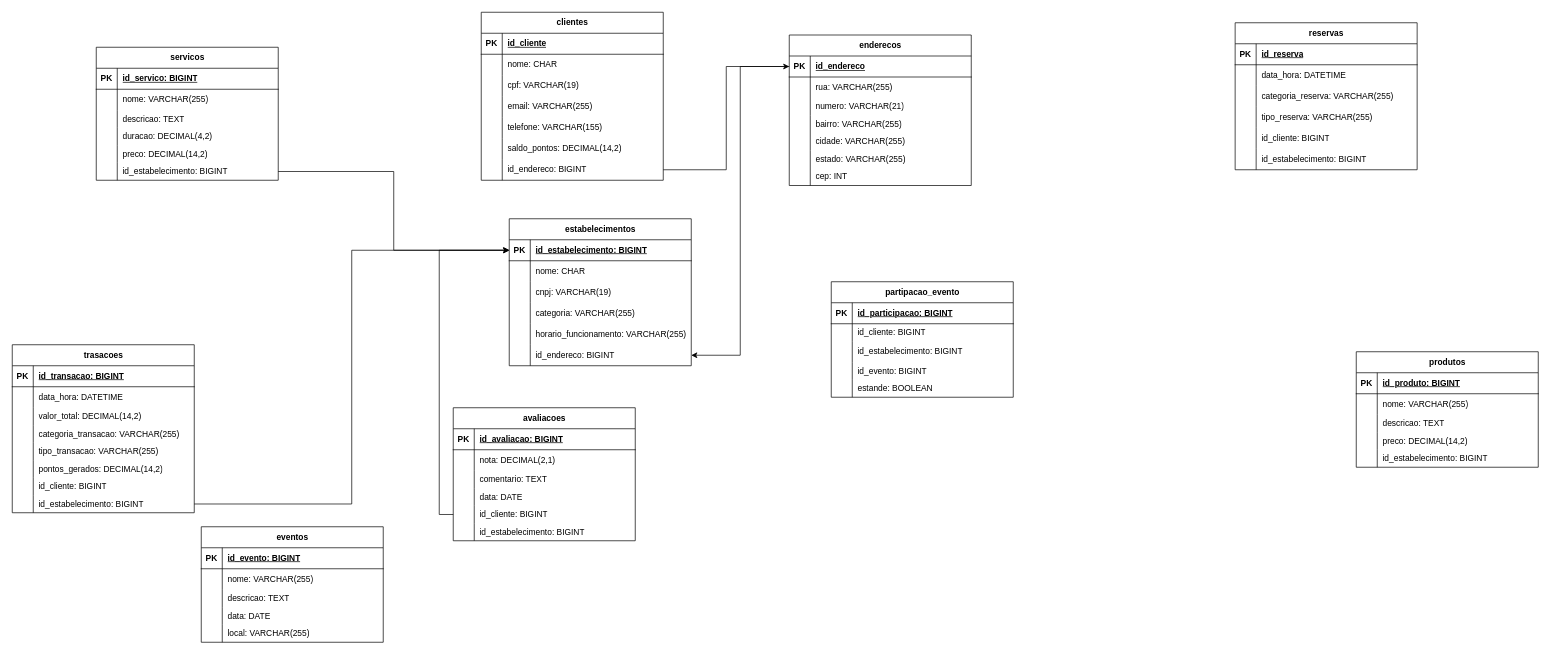
The draw.io diagram Atividade 1 Reposição 25/04.drawio in RenanSMA/3-Semestre, before the edit. Source tidied: cells renumbered, new cells numbered last; positions are measured from the earlier drawing's top-left corner, leaving out a move shared by most shapes. Both pictures are drawn from the tidied source at 70%, with x=0, y=0 at pixel (12, 12).
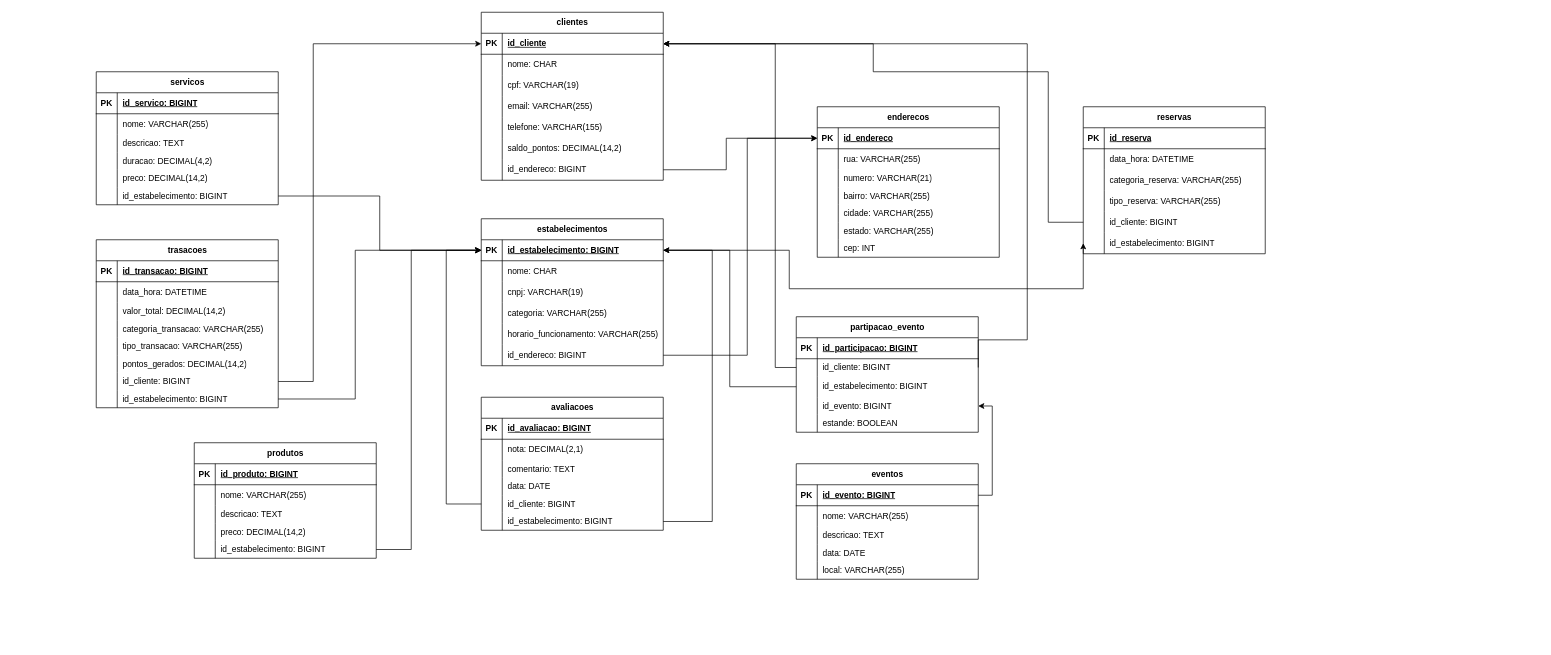
Above is the later version.

Commit message:
v1.7 Atividade 1 Reposição 25/04.drawio

The change refers to these unchanged cells:
```xml
<mxCell id="3" style="shape=tableRow;horizontal=0;startSize=0;swimlaneHead=0;swimlaneBody=0;fillColor=none;points=[[0,0.5],[1,0.5]];portConstraint=eastwest;top=0;left=0;right=0;bottom=1;" parent="2" vertex="1">
  <mxGeometry y="30" width="260" height="30" as="geometry" />
</mxCell>
<mxCell id="18" style="shape=tableRow;horizontal=0;startSize=0;swimlaneHead=0;swimlaneBody=0;fillColor=none;points=[[0,0.5],[1,0.5]];portConstraint=eastwest;top=0;left=0;right=0;bottom=0;" parent="2" vertex="1">
  <mxGeometry y="180" width="260" height="30" as="geometry" />
</mxCell>
<mxCell id="22" style="shape=tableRow;horizontal=0;startSize=0;swimlaneHead=0;swimlaneBody=0;fillColor=none;points=[[0,0.5],[1,0.5]];portConstraint=eastwest;top=0;left=0;right=0;bottom=1;" parent="21" vertex="1">
  <mxGeometry y="30" width="260" height="30" as="geometry" />
</mxCell>
<mxCell id="40" style="shape=tableRow;horizontal=0;startSize=0;swimlaneHead=0;swimlaneBody=0;fillColor=none;points=[[0,0.5],[1,0.5]];portConstraint=eastwest;top=0;left=0;right=0;bottom=0;" parent="21" vertex="1">
  <mxGeometry y="210" width="260" height="30" as="geometry" />
</mxCell>
<mxCell id="56" style="shape=tableRow;horizontal=0;startSize=0;swimlaneHead=0;swimlaneBody=0;fillColor=none;points=[[0,0.5],[1,0.5]];portConstraint=eastwest;top=0;left=0;right=0;bottom=0;" parent="43" vertex="1">
  <mxGeometry y="140" width="260" height="25" as="geometry" />
</mxCell>
<mxCell id="91" style="shape=tableRow;horizontal=0;startSize=0;swimlaneHead=0;swimlaneBody=0;fillColor=none;points=[[0,0.5],[1,0.5]];portConstraint=eastwest;top=0;left=0;right=0;bottom=0;" parent="78" vertex="1">
  <mxGeometry y="150" width="260" height="30" as="geometry" />
</mxCell>
<mxCell id="94" style="shape=tableRow;horizontal=0;startSize=0;swimlaneHead=0;swimlaneBody=0;fillColor=none;points=[[0,0.5],[1,0.5]];portConstraint=eastwest;top=0;left=0;right=0;bottom=0;" parent="78" vertex="1">
  <mxGeometry y="180" width="260" height="30" as="geometry" />
</mxCell>
<mxCell id="116" style="shape=tableRow;horizontal=0;startSize=0;swimlaneHead=0;swimlaneBody=0;fillColor=none;points=[[0,0.5],[1,0.5]];portConstraint=eastwest;top=0;left=0;right=0;bottom=0;" parent="97" vertex="1">
  <mxGeometry y="190" width="260" height="25" as="geometry" />
</mxCell>
<mxCell id="119" style="shape=tableRow;horizontal=0;startSize=0;swimlaneHead=0;swimlaneBody=0;fillColor=none;points=[[0,0.5],[1,0.5]];portConstraint=eastwest;top=0;left=0;right=0;bottom=0;" parent="97" vertex="1">
  <mxGeometry y="215" width="260" height="25" as="geometry" />
</mxCell>
<mxCell id="135" style="shape=tableRow;horizontal=0;startSize=0;swimlaneHead=0;swimlaneBody=0;fillColor=none;points=[[0,0.5],[1,0.5]];portConstraint=eastwest;top=0;left=0;right=0;bottom=0;" parent="122" vertex="1">
  <mxGeometry y="140" width="260" height="25" as="geometry" />
</mxCell>
<mxCell id="138" style="shape=tableRow;horizontal=0;startSize=0;swimlaneHead=0;swimlaneBody=0;fillColor=none;points=[[0,0.5],[1,0.5]];portConstraint=eastwest;top=0;left=0;right=0;bottom=0;" parent="122" vertex="1">
  <mxGeometry y="165" width="260" height="25" as="geometry" />
</mxCell>
<mxCell id="142" style="shape=tableRow;horizontal=0;startSize=0;swimlaneHead=0;swimlaneBody=0;fillColor=none;points=[[0,0.5],[1,0.5]];portConstraint=eastwest;top=0;left=0;right=0;bottom=1;" parent="141" vertex="1">
  <mxGeometry y="30" width="260" height="30" as="geometry" />
</mxCell>
<mxCell id="161" style="shape=tableRow;horizontal=0;startSize=0;swimlaneHead=0;swimlaneBody=0;fillColor=none;points=[[0,0.5],[1,0.5]];portConstraint=eastwest;top=0;left=0;right=0;bottom=0;" parent="157" vertex="1">
  <mxGeometry y="60" width="260" height="25" as="geometry" />
</mxCell>
<mxCell id="164" style="shape=tableRow;horizontal=0;startSize=0;swimlaneHead=0;swimlaneBody=0;fillColor=none;points=[[0,0.5],[1,0.5]];portConstraint=eastwest;top=0;left=0;right=0;bottom=0;" parent="157" vertex="1">
  <mxGeometry y="85" width="260" height="30" as="geometry" />
</mxCell>
<mxCell id="167" style="shape=tableRow;horizontal=0;startSize=0;swimlaneHead=0;swimlaneBody=0;fillColor=none;points=[[0,0.5],[1,0.5]];portConstraint=eastwest;top=0;left=0;right=0;bottom=0;" parent="157" vertex="1">
  <mxGeometry y="115" width="260" height="25" as="geometry" />
</mxCell>
<mxCell id="174" style="shape=tableRow;horizontal=0;startSize=0;swimlaneHead=0;swimlaneBody=0;fillColor=none;points=[[0,0.5],[1,0.5]];portConstraint=eastwest;top=0;left=0;right=0;bottom=1;" parent="173" vertex="1">
  <mxGeometry y="30" width="260" height="30" as="geometry" />
</mxCell>
```

What changed in the source:
```diff
@@
-    <mxCell id="2" value="estabelecimentos" style="shape=table;startSize=30;childLayout=tableLayout;rowLines=0;fontStyle=1;align=center;html=1;fillColor=light-dark(#FFFFFF,#331A00);" parent="1" vertex="1">
-      <mxGeometry x="710" y="295" width="260" height="210" as="geometry" />
+    <mxCell id="2" value="estabelecimentos" style="shape=table;startSize=30;childLayout=tableLayout;rowLines=0;fontStyle=1;align=center;html=1;fillColor=light-dark(#FFFFFF,#999900);" parent="1" vertex="1">
+      <mxGeometry x="670" y="295" width="260" height="210" as="geometry" />
     </mxCell>
@@
     <mxCell id="43" value="produtos" style="shape=table;startSize=30;childLayout=tableLayout;rowLines=0;fontStyle=1;align=center;html=1;" parent="1" vertex="1">
-      <mxGeometry x="1920" y="485" width="260" height="165" as="geometry" />
+      <mxGeometry x="260" y="615" width="260" height="165" as="geometry" />
     </mxCell>
@@
     <mxCell id="59" value="servicos" style="shape=table;startSize=30;childLayout=tableLayout;rowLines=0;fontStyle=1;align=center;html=1;" parent="1" vertex="1">
-      <mxGeometry x="120" y="50" width="260" height="190" as="geometry" />
+      <mxGeometry x="120" y="85" width="260" height="190" as="geometry" />
     </mxCell>
@@
     <mxCell id="78" value="reservas" style="shape=table;startSize=30;childLayout=tableLayout;rowLines=0;fontStyle=1;align=center;html=1;" parent="1" vertex="1">
-      <mxGeometry x="1747" y="15" width="260" height="210" as="geometry" />
+      <mxGeometry x="1530" y="135" width="260" height="210" as="geometry" />
     </mxCell>
@@
     <mxCell id="97" value="trasacoes" style="shape=table;startSize=30;childLayout=tableLayout;rowLines=0;fontStyle=1;align=center;html=1;" parent="1" vertex="1">
-      <mxGeometry y="475" width="260" height="240" as="geometry" />
+      <mxGeometry x="120" y="325" width="260" height="240" as="geometry" />
     </mxCell>
@@
     <mxCell id="122" value="avaliacoes" style="shape=table;startSize=30;childLayout=tableLayout;rowLines=0;fontStyle=1;align=center;html=1;" parent="1" vertex="1">
-      <mxGeometry x="630" y="565" width="260" height="190" as="geometry" />
+      <mxGeometry x="670" y="550" width="260" height="190" as="geometry" />
     </mxCell>
@@
     <mxCell id="141" value="eventos" style="shape=table;startSize=30;childLayout=tableLayout;rowLines=0;fontStyle=1;align=center;html=1;" parent="1" vertex="1">
-      <mxGeometry x="270" y="735" width="260" height="165" as="geometry" />
+      <mxGeometry x="1120" y="645" width="260" height="165" as="geometry" />
     </mxCell>
@@
     <mxCell id="157" value="partipacao_evento" style="shape=table;startSize=30;childLayout=tableLayout;rowLines=0;fontStyle=1;align=center;html=1;" parent="1" vertex="1">
-      <mxGeometry x="1170" y="385" width="260" height="165" as="geometry" />
+      <mxGeometry x="1120" y="435" width="260" height="165" as="geometry" />
     </mxCell>
@@
     <mxCell id="173" value="enderecos" style="shape=table;startSize=30;childLayout=tableLayout;rowLines=0;fontStyle=1;align=center;html=1;fillColor=light-dark(#FFFFFF,#000033);" parent="1" vertex="1">
-      <mxGeometry x="1110" y="32.5" width="260" height="215" as="geometry" />
+      <mxGeometry x="1150" y="135" width="260" height="215" as="geometry" />
     </mxCell>
@@
-    <mxCell id="195" style="edgeStyle=orthogonalEdgeStyle;rounded=0;jettySize=auto;html=1;exitX=0;exitY=0.5;exitDx=0;exitDy=0;entryX=1;entryY=0.5;entryDx=0;entryDy=0;" parent="1" edge="1" source="174" target="18">
-      <mxGeometry relative="1" as="geometry" />
-    </mxCell>
@@
     <mxCell id="197" style="edgeStyle=orthogonalEdgeStyle;rounded=0;jettySize=auto;html=1;exitX=1;exitY=0.5;exitDx=0;exitDy=0;entryX=0;entryY=0.5;entryDx=0;entryDy=0;" parent="1" edge="1" source="119" target="3">
-      <mxGeometry relative="1" as="geometry" />
+      <mxGeometry relative="1" as="geometry">
+        <Array as="points">
+          <mxPoint x="490" y="553" />
+          <mxPoint x="490" y="340" />
+        </Array>
+      </mxGeometry>
     </mxCell>
     <mxCell id="198" style="edgeStyle=orthogonalEdgeStyle;rounded=0;jettySize=auto;html=1;exitX=0;exitY=0.5;exitDx=0;exitDy=0;entryX=0;entryY=0.5;entryDx=0;entryDy=0;" parent="1" edge="1" source="135" target="3">
-      <mxGeometry relative="1" as="geometry" />
+      <mxGeometry relative="1" as="geometry">
+        <Array as="points">
+          <mxPoint x="620" y="703" />
+          <mxPoint x="620" y="340" />
+        </Array>
+      </mxGeometry>
     </mxCell>
     <mxCell id="199" style="edgeStyle=orthogonalEdgeStyle;rounded=0;jettySize=auto;html=1;exitX=1;exitY=0.5;exitDx=0;exitDy=0;entryX=0;entryY=0.5;entryDx=0;entryDy=0;" parent="1" edge="1" source="40" target="174">
-      <mxGeometry relative="1" as="geometry" />
+      <mxGeometry relative="1" as="geometry">
+        <Array as="points">
+          <mxPoint x="1020" y="225" />
+          <mxPoint x="1020" y="180" />
+        </Array>
+      </mxGeometry>
     </mxCell>
+    <mxCell id="200" style="edgeStyle=orthogonalEdgeStyle;rounded=0;jettySize=auto;html=1;exitX=1;exitY=0.5;exitDx=0;exitDy=0;entryX=1;entryY=0.5;entryDx=0;entryDy=0;" parent="1" edge="1" source="138" target="3">
+      <mxGeometry relative="1" as="geometry">
+        <Array as="points">
+          <mxPoint x="1000" y="728" />
+          <mxPoint x="1000" y="340" />
+        </Array>
+      </mxGeometry>
+    </mxCell>
+    <mxCell id="201" style="edgeStyle=orthogonalEdgeStyle;rounded=0;jettySize=auto;html=1;exitX=1;exitY=0.5;exitDx=0;exitDy=0;entryX=1;entryY=0.5;entryDx=0;entryDy=0;" parent="1" edge="1" source="161" target="22">
+      <mxGeometry relative="1" as="geometry">
+        <Array as="points">
+          <mxPoint x="1450" y="468" />
+          <mxPoint x="1450" y="45" />
+        </Array>
+      </mxGeometry>
+    </mxCell>
+    <mxCell id="202" style="edgeStyle=orthogonalEdgeStyle;rounded=0;jettySize=auto;html=1;exitX=0;exitY=0.5;exitDx=0;exitDy=0;entryX=1;entryY=0.5;entryDx=0;entryDy=0;" parent="1" edge="1" source="164" target="3">
+      <mxGeometry relative="1" as="geometry" />
+    </mxCell>
+    <mxCell id="203" style="edgeStyle=orthogonalEdgeStyle;rounded=0;jettySize=auto;html=1;exitX=1;exitY=0.5;exitDx=0;exitDy=0;entryX=1;entryY=0.5;entryDx=0;entryDy=0;" parent="1" edge="1" source="142" target="167">
+      <mxGeometry relative="1" as="geometry" />
+    </mxCell>
+    <mxCell id="204" style="edgeStyle=orthogonalEdgeStyle;rounded=0;jettySize=auto;html=1;exitX=1;exitY=0.5;exitDx=0;exitDy=0;entryX=0;entryY=0.5;entryDx=0;entryDy=0;" parent="1" edge="1" source="116" target="22">
+      <mxGeometry relative="1" as="geometry">
+        <Array as="points">
+          <mxPoint x="430" y="528" />
+          <mxPoint x="430" y="45" />
+        </Array>
+      </mxGeometry>
+    </mxCell>
+    <mxCell id="205" style="edgeStyle=orthogonalEdgeStyle;rounded=0;jettySize=auto;html=1;exitX=1;exitY=0.5;exitDx=0;exitDy=0;entryX=0;entryY=0.5;entryDx=0;entryDy=0;" parent="1" edge="1" source="56" target="3">
+      <mxGeometry relative="1" as="geometry">
+        <Array as="points">
+          <mxPoint x="570" y="768" />
+          <mxPoint x="570" y="340" />
+        </Array>
+      </mxGeometry>
+    </mxCell>
+    <mxCell id="206" style="edgeStyle=orthogonalEdgeStyle;rounded=0;jettySize=auto;html=1;exitX=1;exitY=0.5;exitDx=0;exitDy=0;entryX=0;entryY=0.5;entryDx=0;entryDy=0;" parent="1" edge="1" source="18" target="174">
+      <mxGeometry relative="1" as="geometry">
+        <Array as="points">
+          <mxPoint x="1050" y="490" />
+          <mxPoint x="1050" y="180" />
+        </Array>
+      </mxGeometry>
+    </mxCell>
+    <mxCell id="207" style="edgeStyle=orthogonalEdgeStyle;rounded=0;jettySize=auto;html=1;exitX=1;exitY=0.5;exitDx=0;exitDy=0;entryX=0;entryY=0.5;entryDx=0;entryDy=0;" parent="1" edge="1" source="3" target="94">
+      <mxGeometry relative="1" as="geometry">
+        <Array as="points">
+          <mxPoint x="1110" y="340" />
+          <mxPoint x="1110" y="395" />
+          <mxPoint x="1530" y="395" />
+        </Array>
+      </mxGeometry>
+    </mxCell>
+    <mxCell id="208" style="edgeStyle=orthogonalEdgeStyle;rounded=0;jettySize=auto;html=1;exitX=0;exitY=0.5;exitDx=0;exitDy=0;entryX=1;entryY=0.5;entryDx=0;entryDy=0;" parent="1" edge="1" source="91" target="22">
+      <mxGeometry relative="1" as="geometry">
+        <Array as="points">
+          <mxPoint x="1480" y="300" />
+          <mxPoint x="1480" y="85" />
+          <mxPoint x="1230" y="85" />
+          <mxPoint x="1230" y="45" />
+        </Array>
+      </mxGeometry>
+    </mxCell>
+    <mxCell id="209" style="edgeStyle=orthogonalEdgeStyle;rounded=0;jettySize=auto;html=1;exitX=0;exitY=0.5;exitDx=0;exitDy=0;entryX=1;entryY=0.5;entryDx=0;entryDy=0;" parent="1" edge="1" source="161" target="22">
+      <mxGeometry relative="1" as="geometry">
+        <Array as="points">
+          <mxPoint x="1090" y="508" />
+          <mxPoint x="1090" y="45" />
+        </Array>
+      </mxGeometry>
+    </mxCell>
```
